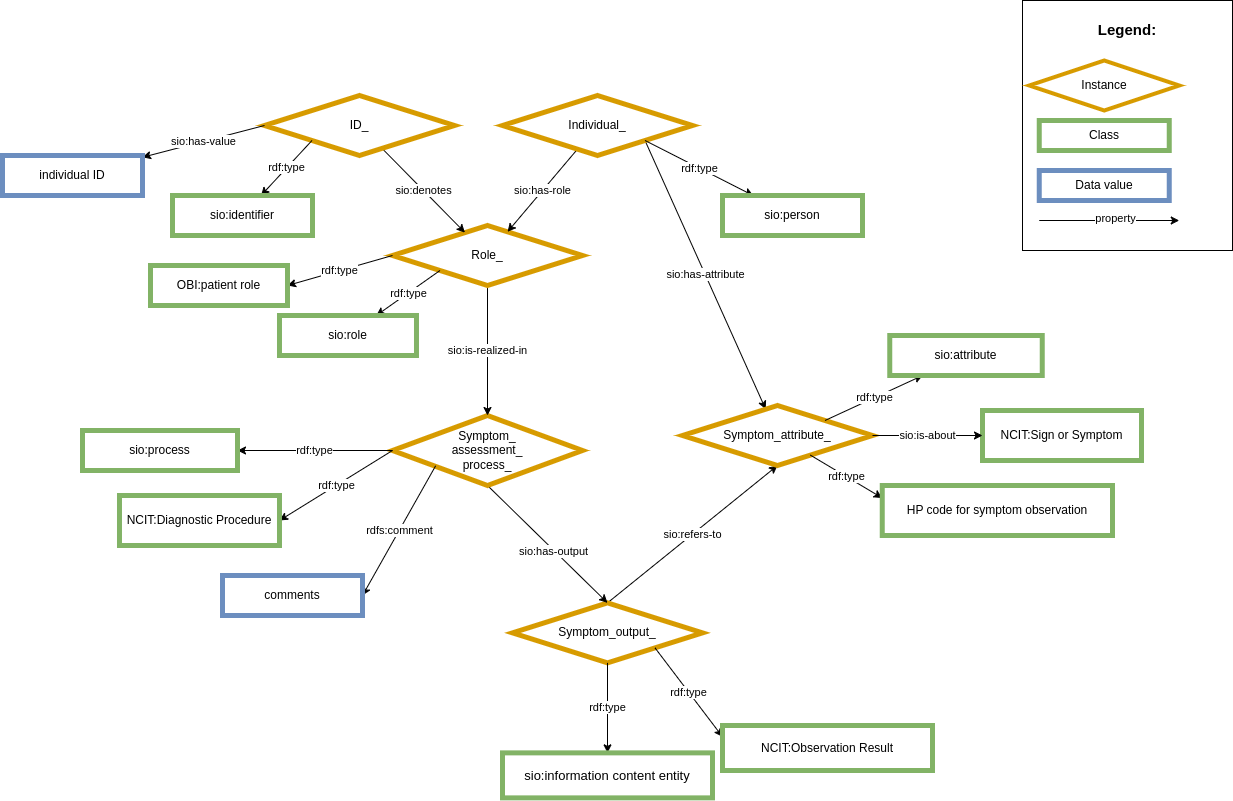
This is images/CARE-SM-Symptom.png from CARE-SM/CARE-Semantic-Model, a draw.io export, as it was before one commit. Source tidied: cells renumbered, new cells last; positions are measured from the earlier drawing's top-left corner, leaving out a move shared by most shapes.
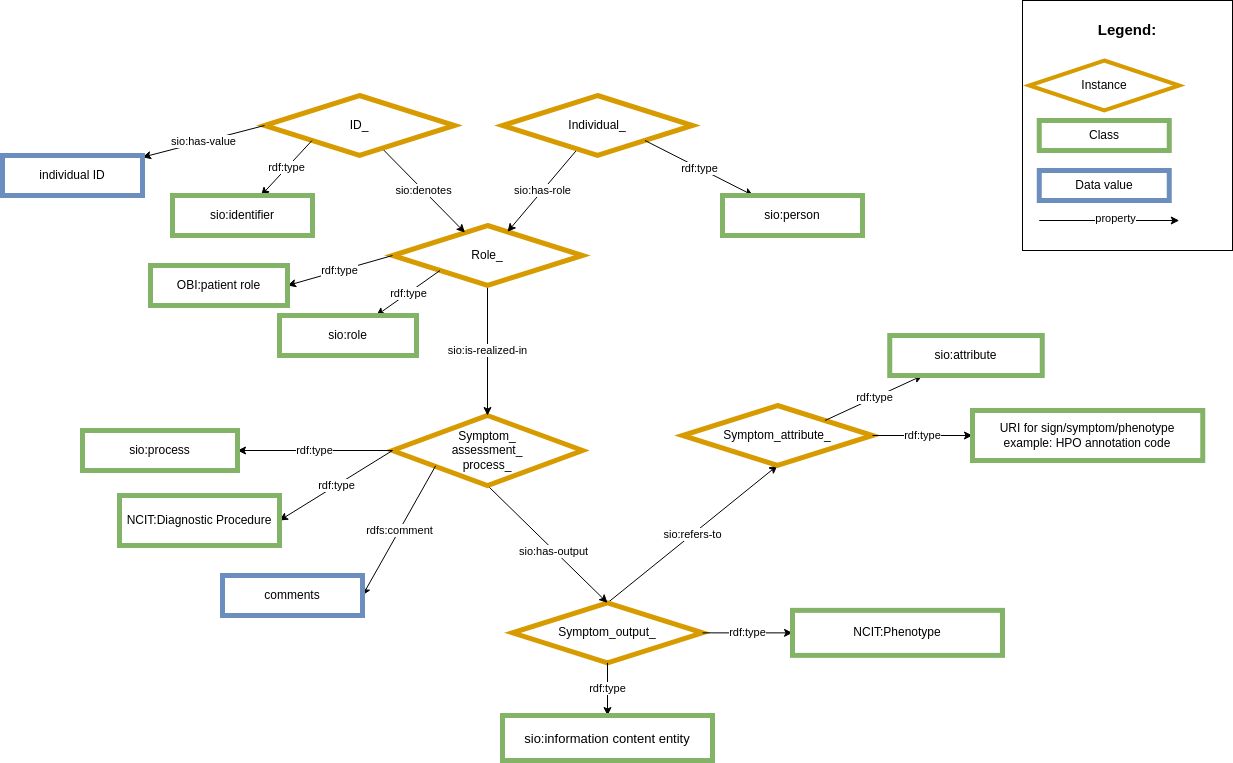
After the commit.

The edit, as a diff of the source:
```diff
@@ -26,11 +26,8 @@
       <mxGeometry relative="1" as="geometry" />
     </mxCell>
     <mxCell id="9" value="&lt;font size=&quot;2&quot;&gt;sio:information content entity&lt;/font&gt;" style="whiteSpace=wrap;html=1;fillColor=#FFFFFF;strokeColor=#82b366;strokeWidth=5;" parent="1" vertex="1">
-      <mxGeometry x="500" y="752.4" width="210" height="45" as="geometry" />
+      <mxGeometry x="500" y="715" width="210" height="45" as="geometry" />
     </mxCell>
-    <mxCell id="10" value="sio:has-attribute" style="rounded=0;jettySize=auto;html=1;exitX=1;exitY=1;exitDx=0;exitDy=0;" parent="1" edge="1" source="15" target="16">
-      <mxGeometry relative="1" as="geometry" />
-    </mxCell>
     <mxCell id="11" value="Role_" style="rhombus;whiteSpace=wrap;html=1;fillColor=#FFFFFF;strokeColor=#d79b00;strokeWidth=5;" parent="1" vertex="1">
       <mxGeometry x="390" y="225" width="190" height="60" as="geometry" />
     </mxCell>
@@ -85,11 +82,11 @@
     <mxCell id="28" value="OBI:patient role" style="whiteSpace=wrap;html=1;fillColor=#FFFFFF;strokeColor=#82b366;strokeWidth=5;" parent="1" vertex="1">
       <mxGeometry x="148" y="265" width="137" height="40" as="geometry" />
     </mxCell>
-    <mxCell id="29" value="rdf:type" style="edgeStyle=none;rounded=0;jettySize=auto;html=1;exitX=1;exitY=1;exitDx=0;exitDy=0;entryX=0;entryY=0.25;entryDx=0;entryDy=0;" parent="1" edge="1" source="3" target="30">
+    <mxCell id="29" value="rdf:type" style="edgeStyle=none;rounded=0;jettySize=auto;html=1;" parent="1" edge="1" source="3" target="30">
       <mxGeometry relative="1" as="geometry" />
     </mxCell>
-    <mxCell id="30" value="NCIT:Observation Result" style="whiteSpace=wrap;html=1;fillColor=#FFFFFF;strokeColor=#82b366;strokeWidth=5;" parent="1" vertex="1">
-      <mxGeometry x="720" y="725" width="210" height="45" as="geometry" />
+    <mxCell id="30" value="NCIT:Phenotype" style="whiteSpace=wrap;html=1;fillColor=#FFFFFF;strokeColor=#82b366;strokeWidth=5;" parent="1" vertex="1">
+      <mxGeometry x="790" y="609.9" width="210" height="45" as="geometry" />
     </mxCell>
     <mxCell id="31" value="rdf:type" style="edgeStyle=none;rounded=0;jettySize=auto;html=1;exitX=0;exitY=0.5;exitDx=0;exitDy=0;" parent="1" edge="1" source="6" target="32">
       <mxGeometry relative="1" as="geometry" />
@@ -109,17 +106,11 @@
     <mxCell id="36" value="comments" style="whiteSpace=wrap;html=1;fillColor=#FFFFFF;strokeColor=#6c8ebf;strokeWidth=5;" parent="1" vertex="1">
       <mxGeometry x="220" y="575" width="140" height="40" as="geometry" />
     </mxCell>
-    <mxCell id="37" value="NCIT:Sign or Symptom" style="whiteSpace=wrap;html=1;fillColor=#FFFFFF;strokeColor=#82b366;strokeWidth=5;" parent="1" vertex="1">
-      <mxGeometry x="980" y="410" width="159" height="50" as="geometry" />
-    </mxCell>
-    <mxCell id="38" value="sio:is-about" style="edgeStyle=none;rounded=0;jettySize=auto;html=1;exitX=1;exitY=0.5;exitDx=0;exitDy=0;entryX=0;entryY=0.5;entryDx=0;entryDy=0;" parent="1" edge="1" source="16" target="37">
-      <mxGeometry relative="1" as="geometry" />
-    </mxCell>
-    <mxCell id="39" value="rdf:type" style="edgeStyle=none;rounded=0;jettySize=auto;html=1;entryX=0;entryY=0.25;entryDx=0;entryDy=0;" parent="1" edge="1" source="16" target="40">
+    <mxCell id="39" value="rdf:type" style="edgeStyle=none;rounded=0;jettySize=auto;html=1;" parent="1" edge="1" source="16" target="40">
       <mxGeometry relative="1" as="geometry" />
     </mxCell>
-    <mxCell id="40" value="&lt;div style=&quot;border-color: var(--border-color);&quot;&gt;&lt;div style=&quot;border-color: var(--border-color);&quot;&gt;&lt;span style=&quot;background-color: initial;&quot;&gt;&lt;br&gt;&lt;/span&gt;&lt;/div&gt;&lt;div style=&quot;border-color: var(--border-color);&quot;&gt;&lt;span style=&quot;background-color: initial;&quot;&gt;HP code for symptom observation&lt;/span&gt;&lt;br&gt;&lt;/div&gt;&lt;div&gt;&lt;span style=&quot;background-color: initial;&quot;&gt;&lt;br&gt;&lt;/span&gt;&lt;/div&gt;&lt;/div&gt;" style="whiteSpace=wrap;html=1;fillColor=#FFFFFF;strokeColor=#82b366;strokeWidth=5;" parent="1" vertex="1">
-      <mxGeometry x="879.8" y="485" width="230.2" height="50" as="geometry" />
+    <mxCell id="40" value="&lt;div style=&quot;border-color: var(--border-color);&quot;&gt;&lt;div style=&quot;border-color: var(--border-color);&quot;&gt;URI for sign/symptom/phenotype&lt;/div&gt;&lt;div style=&quot;border-color: var(--border-color);&quot;&gt;example: HPO annotation code&lt;/div&gt;&lt;/div&gt;" style="whiteSpace=wrap;html=1;fillColor=#FFFFFF;strokeColor=#82b366;strokeWidth=5;" parent="1" vertex="1">
+      <mxGeometry x="970" y="410" width="230.2" height="50" as="geometry" />
     </mxCell>
     <mxCell id="41" value="&lt;div style=&quot;text-align: left; font-size: 15px;&quot;&gt;&lt;span style=&quot;background-color: initial;&quot;&gt;&lt;b style=&quot;&quot;&gt;&lt;font style=&quot;font-size: 15px;&quot;&gt;Legend:&lt;/font&gt;&lt;/b&gt;&lt;/span&gt;&lt;/div&gt;&lt;div style=&quot;text-align: left; font-size: 15px;&quot;&gt;&lt;span style=&quot;background-color: initial;&quot;&gt;&lt;br&gt;&lt;/span&gt;&lt;/div&gt;&lt;div style=&quot;text-align: left;&quot;&gt;&lt;span style=&quot;background-color: initial;&quot;&gt;&lt;br&gt;&lt;/span&gt;&lt;/div&gt;&lt;div style=&quot;text-align: left;&quot;&gt;&lt;span style=&quot;background-color: initial;&quot;&gt;&lt;br&gt;&lt;/span&gt;&lt;/div&gt;&lt;div style=&quot;text-align: left;&quot;&gt;&lt;br&gt;&lt;/div&gt;&lt;div style=&quot;text-align: left;&quot;&gt;&lt;br&gt;&lt;/div&gt;&lt;div style=&quot;text-align: left;&quot;&gt;&lt;br&gt;&lt;/div&gt;&lt;div style=&quot;text-align: left;&quot;&gt;&lt;br&gt;&lt;/div&gt;&lt;div style=&quot;text-align: left;&quot;&gt;&lt;br&gt;&lt;/div&gt;&lt;div style=&quot;text-align: left;&quot;&gt;&lt;span style=&quot;background-color: initial;&quot;&gt;&lt;br&gt;&lt;/span&gt;&lt;/div&gt;&lt;div style=&quot;text-align: left;&quot;&gt;&lt;span style=&quot;background-color: initial;&quot;&gt;&lt;br&gt;&lt;/span&gt;&lt;/div&gt;&lt;div style=&quot;text-align: left;&quot;&gt;&lt;span style=&quot;background-color: initial;&quot;&gt;&lt;br&gt;&lt;/span&gt;&lt;/div&gt;&lt;div style=&quot;text-align: left;&quot;&gt;&lt;span style=&quot;background-color: initial;&quot;&gt;&lt;br&gt;&lt;/span&gt;&lt;/div&gt;&lt;div style=&quot;text-align: left;&quot;&gt;&lt;span style=&quot;background-color: initial;&quot;&gt;&lt;br&gt;&lt;/span&gt;&lt;/div&gt;" style="rounded=0;whiteSpace=wrap;html=1;" parent="1" vertex="1">
       <mxGeometry x="1020" width="210" height="250" as="geometry" />
```
